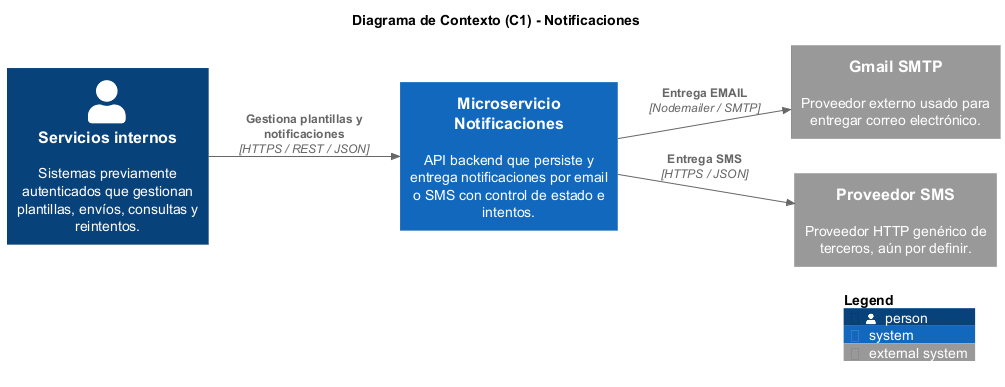
Earlier version of the PlantUML export notificaciones-architecture/diagrams/C4/contexto/notificaciones-01-contexto.png (Frosmin/tigoBootcamp).
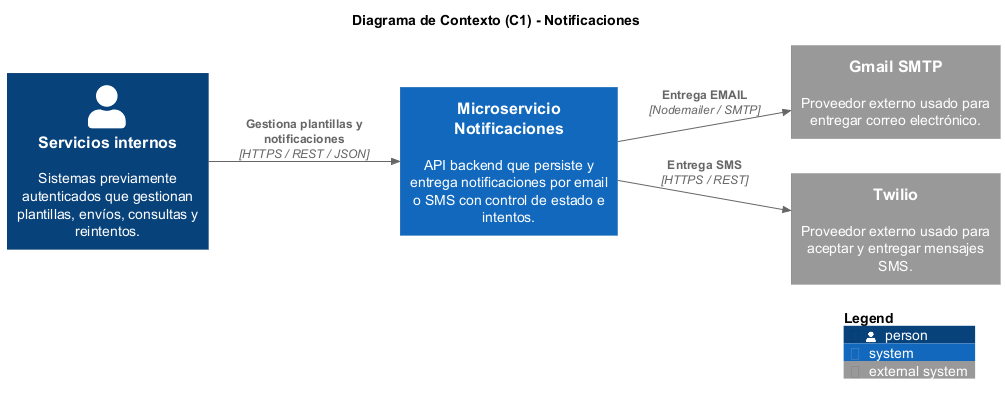
Later version of the same file.

The edit, as a diff of the source:
```diff
@@ -11,11 +11,11 @@
 System(notificaciones, "Microservicio Notificaciones", "API backend que persiste y entrega notificaciones por email o SMS con control de estado e intentos.")
 
 System_Ext(gmail, "Gmail SMTP", "Proveedor externo usado para entregar correo electrónico.")
-System_Ext(sms, "Proveedor SMS", "Proveedor HTTP genérico de terceros, aún por definir.")
+System_Ext(sms, "Twilio", "Proveedor externo usado para aceptar y entregar mensajes SMS.")
 
 Rel(emisores, notificaciones, "Gestiona plantillas y notificaciones", "HTTPS / REST / JSON")
 Rel(notificaciones, gmail, "Entrega EMAIL", "Nodemailer / SMTP")
-Rel(notificaciones, sms, "Entrega SMS", "HTTPS / JSON")
+Rel(notificaciones, sms, "Entrega SMS", "HTTPS / REST")
 
 SHOW_LEGEND()
 @enduml
```
